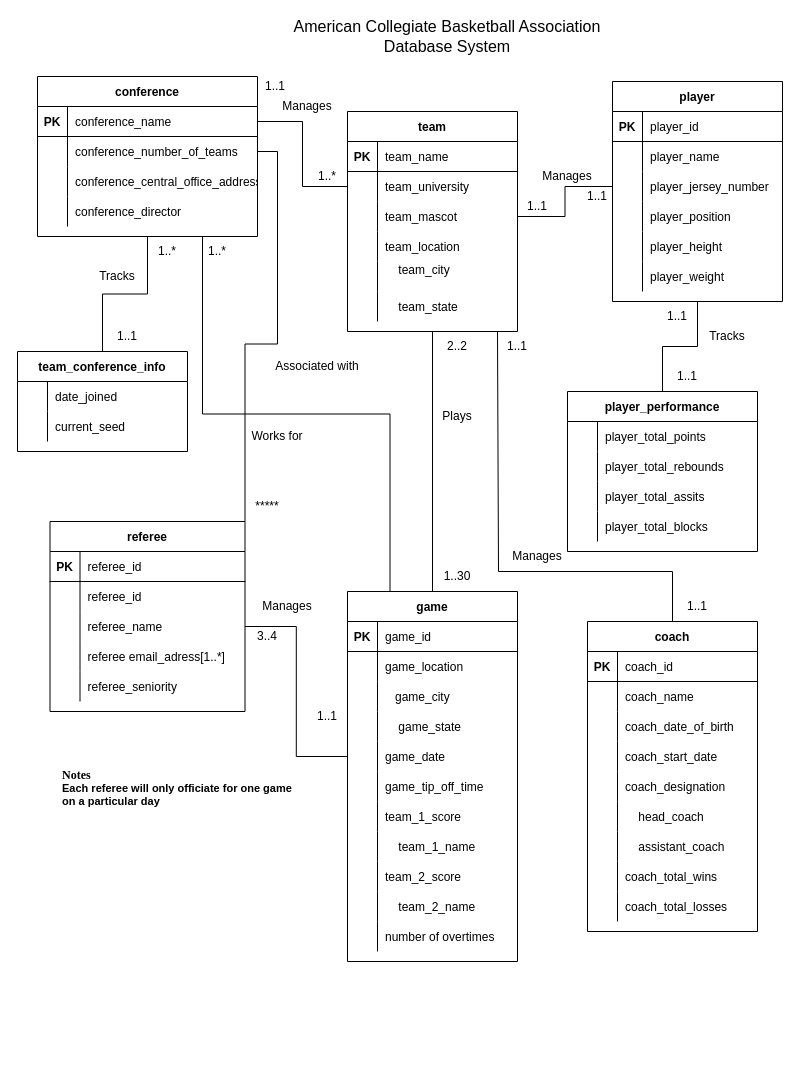
Before: page "v1_acbdb" (1 of 2) of ACBADB_ER_model.drawio in LaurenMiller0/LaurenMiller0, a draw.io diagram. Source tidied: cells renumbered, new cells numbered last; positions are measured from the earlier drawing's top-left corner, leaving out a move shared by most shapes. Both pictures are drawn from the tidied source at 100%, with x=0, y=0 at pixel (17, 21).
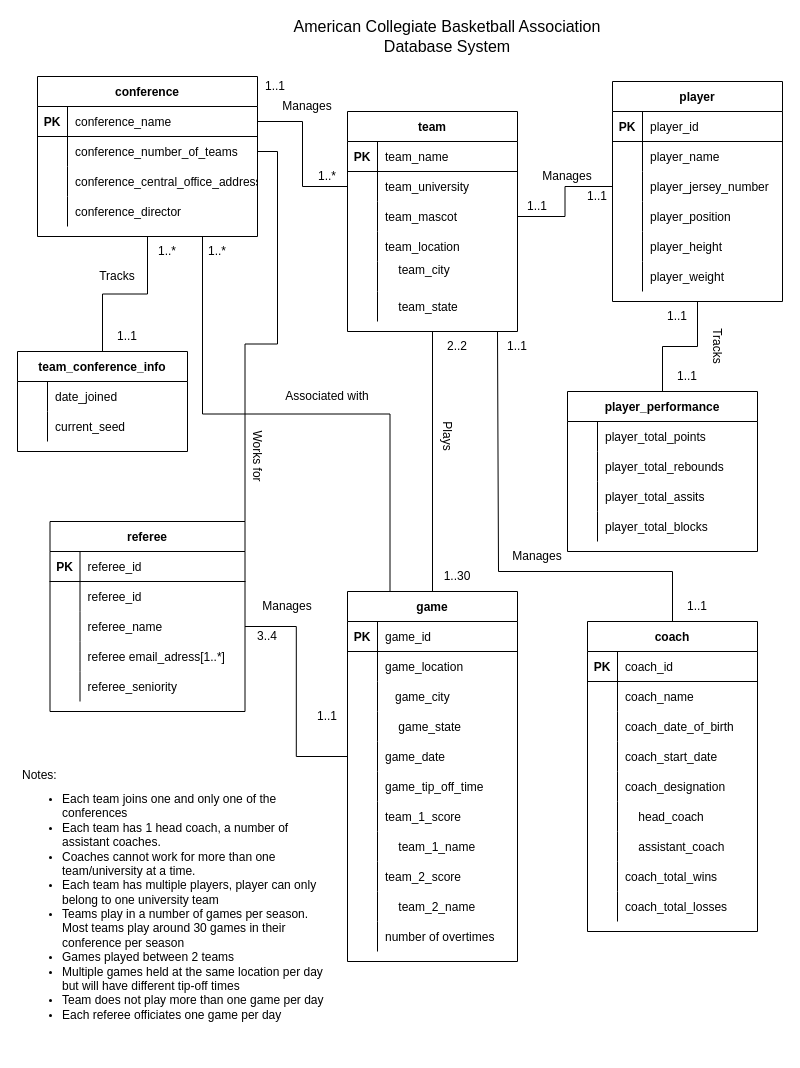
After the change.

Change to the diagram source:
```diff
@@
-    <mxCell id="133" value="Plays" style="text;html=1;strokeColor=none;fillColor=none;align=center;verticalAlign=middle;whiteSpace=wrap;rounded=0;" parent="1" vertex="1">
-      <mxGeometry x="410" y="380" width="60" height="30" as="geometry" />
+    <mxCell id="133" value="Plays" style="text;html=1;strokeColor=none;fillColor=none;align=center;verticalAlign=middle;whiteSpace=wrap;rounded=0;rotation=90;" parent="1" vertex="1">
+      <mxGeometry x="400" y="400" width="60" height="30" as="geometry" />
     </mxCell>
-    <mxCell id="134" value="Associated with" style="text;html=1;strokeColor=none;fillColor=none;align=center;verticalAlign=middle;whiteSpace=wrap;rounded=0;" parent="1" vertex="1">
-      <mxGeometry x="250" y="330" width="100" height="30" as="geometry" />
+    <mxCell id="134" value="Associated with" style="text;html=1;strokeColor=none;fillColor=none;align=center;verticalAlign=middle;whiteSpace=wrap;rounded=0;rotation=0;" parent="1" vertex="1">
+      <mxGeometry x="260" y="360" width="100" height="30" as="geometry" />
     </mxCell>
-    <mxCell id="135" value="Works for" style="text;html=1;strokeColor=none;fillColor=none;align=center;verticalAlign=middle;whiteSpace=wrap;rounded=0;" parent="1" vertex="1">
-      <mxGeometry x="210" y="400" width="100" height="30" as="geometry" />
+    <mxCell id="135" value="Works for" style="text;html=1;strokeColor=none;fillColor=none;align=center;verticalAlign=middle;whiteSpace=wrap;rounded=0;rotation=90;" parent="1" vertex="1">
+      <mxGeometry x="190" y="420" width="100" height="30" as="geometry" />
     </mxCell>
-    <mxCell id="136" value="Tracks" style="text;html=1;strokeColor=none;fillColor=none;align=center;verticalAlign=middle;whiteSpace=wrap;rounded=0;" parent="1" vertex="1">
-      <mxGeometry x="680" y="300" width="60" height="30" as="geometry" />
+    <mxCell id="136" value="Tracks" style="text;html=1;strokeColor=none;fillColor=none;align=center;verticalAlign=middle;whiteSpace=wrap;rounded=0;rotation=90;" parent="1" vertex="1">
+      <mxGeometry x="670" y="310" width="60" height="30" as="geometry" />
     </mxCell>
@@
-    <mxCell id="144" value="*****" style="text;html=1;strokeColor=none;fillColor=none;align=center;verticalAlign=middle;whiteSpace=wrap;rounded=0;" parent="1" vertex="1">
-      <mxGeometry x="220" y="470" width="60" height="30" as="geometry" />
-    </mxCell>
@@
-    <mxCell id="149" value="&lt;h5&gt;&lt;font&gt;&lt;font face=&quot;Times New Roman&quot;&gt;&lt;font style=&quot;font-size: 12px;&quot;&gt;Notes&lt;/font&gt;&lt;br&gt;&lt;/font&gt;&lt;span style=&quot;font-size: 11px; font-variant-ligatures: normal; font-variant-east-asian: normal; font-variant-position: normal; vertical-align: baseline;&quot;&gt;&lt;font face=&quot;X0p7nnMMEuQ_qqVNwSqV&quot;&gt;Each referee will only officiate for one game on a particular day&lt;/font&gt;&lt;/span&gt;&lt;/font&gt;&lt;/h5&gt;" style="text;html=1;strokeColor=none;fillColor=none;spacing=5;spacingTop=-20;whiteSpace=wrap;overflow=hidden;rounded=0;" parent="1" vertex="1">
-      <mxGeometry x="40" y="740" width="240" height="120" as="geometry" />
+    <mxCell id="149" value="&lt;h5&gt;&lt;span style=&quot;font-size: 12px; font-weight: normal;&quot;&gt;Notes:&lt;/span&gt;&lt;br&gt;&lt;ul&gt;&lt;li&gt;&lt;span style=&quot;font-size: 12px; font-weight: normal;&quot;&gt;Each team joins one and only one of the conferences&lt;/span&gt;&lt;br&gt;&lt;/li&gt;&lt;li&gt;&lt;span style=&quot;font-size: 12px; font-weight: normal;&quot;&gt;Each team has 1 head coach, a number of assistant coaches.&amp;nbsp;&lt;/span&gt;&lt;br&gt;&lt;/li&gt;&lt;li&gt;&lt;span style=&quot;font-size: 12px; font-weight: normal;&quot;&gt;Coaches cannot work for more than one team/university at a time.&amp;nbsp;&lt;/span&gt;&lt;br&gt;&lt;/li&gt;&lt;li&gt;&lt;span style=&quot;font-size: 12px; font-weight: normal;&quot;&gt;Each team has multiple players, player can only belong to one university team&lt;/span&gt;&lt;br&gt;&lt;/li&gt;&lt;li&gt;&lt;span style=&quot;font-size: 12px; font-weight: normal;&quot;&gt;Teams play in a number of games per season. Most teams play around 30 games in their conference per season&lt;/span&gt;&lt;br&gt;&lt;/li&gt;&lt;li&gt;&lt;span style=&quot;font-size: 12px; font-weight: normal;&quot;&gt;Games played between 2 teams&lt;/span&gt;&lt;/li&gt;&lt;li&gt;&lt;span style=&quot;font-size: 12px; font-weight: normal;&quot;&gt;Multiple games held at the same location per day but will have different tip-off times&lt;/span&gt;&lt;/li&gt;&lt;li&gt;&lt;span style=&quot;font-size: 12px; font-weight: normal;&quot;&gt;Team does not play more than one game per day&lt;/span&gt;&lt;/li&gt;&lt;li&gt;&lt;span style=&quot;font-size: 12px; font-weight: normal;&quot;&gt;Each&amp;nbsp;referee officiates one game per day&lt;/span&gt;&lt;/li&gt;&lt;/ul&gt;&lt;/h5&gt;&lt;div&gt;&lt;br&gt;&lt;/div&gt;&lt;div&gt;&lt;font&gt;&lt;span style=&quot;font-size: 11px; font-variant-ligatures: normal; font-variant-east-asian: normal; font-variant-position: normal; vertical-align: baseline;&quot;&gt;&lt;span style=&quot;font-size: 12px;&quot;&gt;&lt;br&gt;&lt;/span&gt;&lt;/span&gt;&lt;/font&gt;&lt;/div&gt;" style="text;html=1;strokeColor=none;fillColor=none;spacing=5;spacingTop=-20;whiteSpace=wrap;overflow=hidden;rounded=0;" parent="1" vertex="1">
+      <mxGeometry y="740" width="320" height="290" as="geometry" />
     </mxCell>
```
